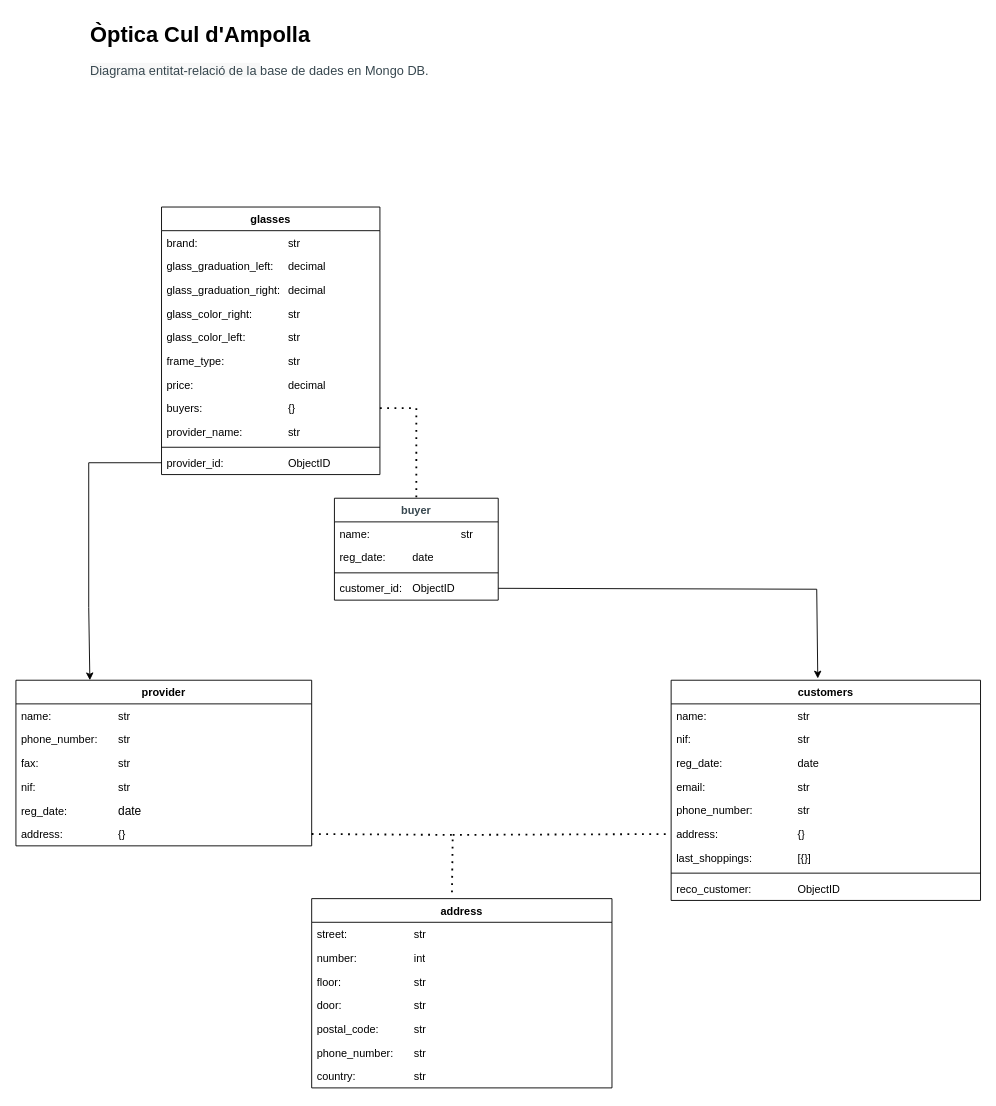
Before: page "Òptica interfície ulleres" (2 of 3) of mysql_optica_bd_MONGO_exercici_1.drawio in alescu/2.3-Mongo-estructures_N1, a draw.io diagram. Source tidied: cells renumbered, new cells numbered last; positions are measured from the earlier drawing's top-left corner, leaving out a move shared by most shapes. Both pictures are drawn from the tidied source at 91%, with x=0, y=0 at pixel (15, 15).
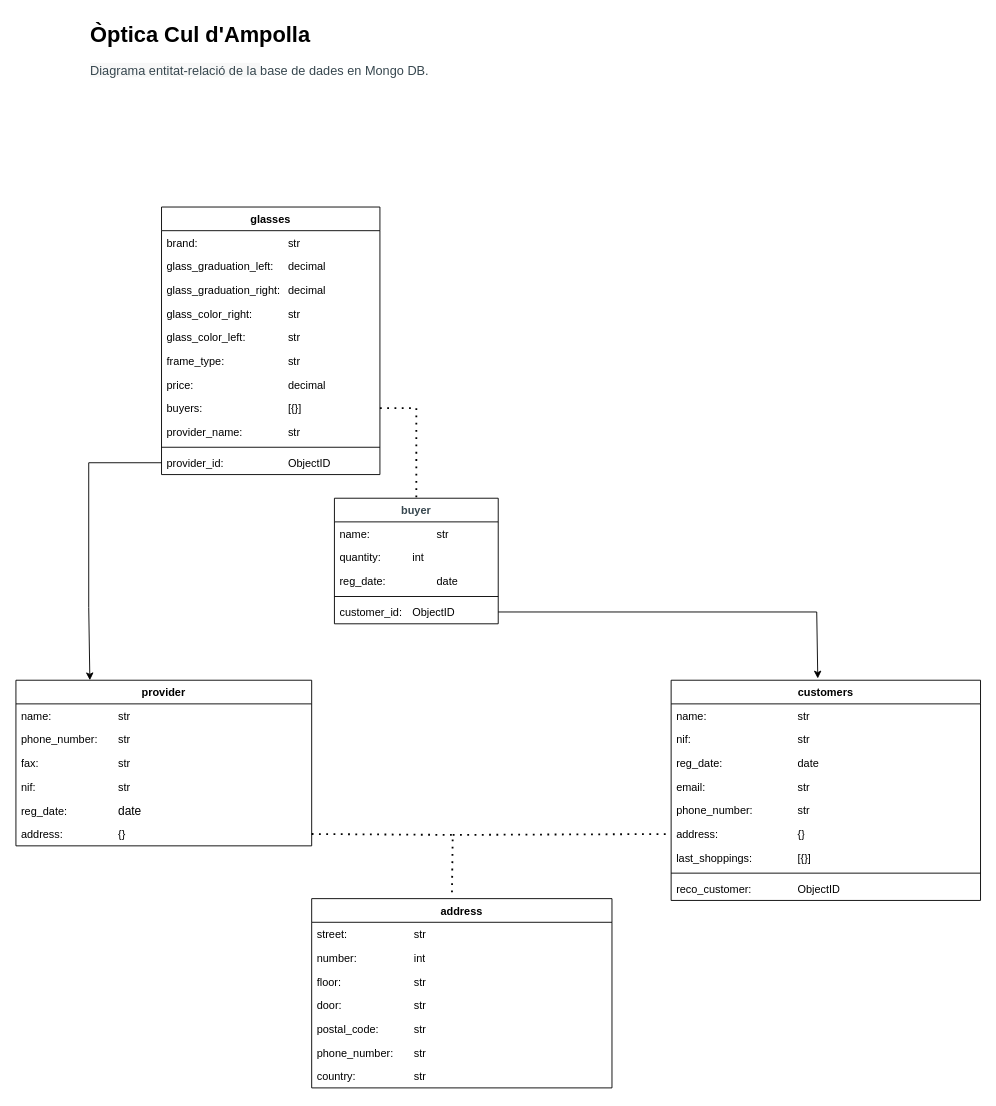
The same diagram, later.

Unchanged cells that the change refers to:
```xml
<mxCell id="9" value="glasses" style="swimlane;fontStyle=1;align=center;verticalAlign=top;horizontal=1;startSize=26;whiteSpace=wrap;html=1;" parent="1" vertex="1">
  <mxGeometry x="160" y="210" width="240" height="294" as="geometry" />
</mxCell>
<mxCell id="21" value="customers" style="swimlane;fontStyle=1;align=center;verticalAlign=top;horizontal=1;startSize=26;whiteSpace=wrap;html=1;" parent="1" vertex="1">
  <mxGeometry x="720" y="730" width="340" height="242" as="geometry" />
</mxCell>
```

The edit, as a diff of the source:
```diff
@@
-    <mxCell id="17" value="buyers:&amp;nbsp;&lt;span style=&quot;white-space: pre;&quot;&gt;&#9;&lt;/span&gt;&lt;span style=&quot;white-space: pre;&quot;&gt;&#9;&lt;span style=&quot;white-space: pre;&quot;&gt;&#9;&lt;/span&gt;&lt;span style=&quot;white-space: pre;&quot;&gt;&#9;&lt;/span&gt;&lt;/span&gt;{}" style="text;strokeColor=none;fillColor=none;align=left;verticalAlign=top;spacingLeft=4;spacingRight=4;overflow=hidden;points=[[0,0.5],[1,0.5]];portConstraint=eastwest;whiteSpace=wrap;html=1;" parent="9" vertex="1">
+    <mxCell id="17" value="buyers:&amp;nbsp;&lt;span style=&quot;white-space: pre;&quot;&gt;&#9;&lt;/span&gt;&lt;span style=&quot;white-space: pre;&quot;&gt;&#9;&lt;span style=&quot;white-space: pre;&quot;&gt;&#9;&lt;/span&gt;&lt;span style=&quot;white-space: pre;&quot;&gt;&#9;&lt;/span&gt;&lt;/span&gt;&lt;span style=&quot;white-space: pre;&quot;&gt;[&lt;/span&gt;{}]" style="text;strokeColor=none;fillColor=none;align=left;verticalAlign=top;spacingLeft=4;spacingRight=4;overflow=hidden;points=[[0,0.5],[1,0.5]];portConstraint=eastwest;whiteSpace=wrap;html=1;" parent="9" vertex="1">
       <mxGeometry y="208" width="240" height="26" as="geometry" />
     </mxCell>
@@
     <mxCell id="32" value="&lt;div style=&quot;text-align: justify;&quot;&gt;&lt;font face=&quot;Montserrat, Arial, Helvetica&quot; color=&quot;#37474f&quot;&gt;buyer&lt;/font&gt;&lt;/div&gt;" style="swimlane;fontStyle=1;align=center;verticalAlign=top;horizontal=1;startSize=26;whiteSpace=wrap;html=1;" parent="1" vertex="1">
-      <mxGeometry x="350" y="530" width="180" height="112" as="geometry" />
+      <mxGeometry x="350" y="530" width="180" height="138" as="geometry" />
     </mxCell>
-    <mxCell id="33" value="name:&amp;nbsp;&lt;span style=&quot;white-space: pre;&quot;&gt;&#9;&lt;/span&gt;&lt;span style=&quot;white-space: pre;&quot;&gt;&#9;&lt;/span&gt;&lt;span style=&quot;white-space: pre;&quot;&gt;&#9;&lt;/span&gt;&lt;span style=&quot;white-space: pre;&quot;&gt;&#9;&lt;/span&gt;str" style="text;strokeColor=none;fillColor=none;align=left;verticalAlign=top;spacingLeft=4;spacingRight=4;overflow=hidden;whiteSpace=wrap;html=1;" parent="32" vertex="1">
+    <mxCell id="33" value="name:&amp;nbsp;&lt;span style=&quot;white-space: pre;&quot;&gt;&#9;&lt;/span&gt;&lt;span style=&quot;white-space: pre;&quot;&gt;&#9;&lt;/span&gt;&lt;span style=&quot;white-space: pre;&quot;&gt;&#9;&lt;/span&gt;str" style="text;strokeColor=none;fillColor=none;align=left;verticalAlign=top;spacingLeft=4;spacingRight=4;overflow=hidden;whiteSpace=wrap;html=1;" parent="32" vertex="1">
       <mxGeometry y="26" width="180" height="26" as="geometry" />
     </mxCell>
-    <mxCell id="34" value="reg_date:&amp;nbsp;&lt;span style=&quot;white-space: pre;&quot;&gt;&#9;&lt;/span&gt;date" style="text;strokeColor=none;fillColor=none;align=left;verticalAlign=top;spacingLeft=4;spacingRight=4;overflow=hidden;whiteSpace=wrap;html=1;" parent="32" vertex="1">
+    <mxCell id="34" value="quantity:&amp;nbsp;&lt;span style=&quot;white-space: pre;&quot;&gt;&#9;&lt;span style=&quot;white-space: pre;&quot;&gt;&#9;&lt;/span&gt;&lt;/span&gt;int" style="text;strokeColor=none;fillColor=none;align=left;verticalAlign=top;spacingLeft=4;spacingRight=4;overflow=hidden;whiteSpace=wrap;html=1;" parent="32" vertex="1">
       <mxGeometry y="52" width="180" height="26" as="geometry" />
     </mxCell>
+    <mxCell id="50" value="reg_date:&amp;nbsp;&lt;span style=&quot;white-space: pre;&quot;&gt;&#9;&lt;span style=&quot;white-space: pre;&quot;&gt;&#9;&lt;/span&gt;&lt;/span&gt;date" style="text;strokeColor=none;fillColor=none;align=left;verticalAlign=top;spacingLeft=4;spacingRight=4;overflow=hidden;whiteSpace=wrap;html=1;" parent="32" vertex="1">
+      <mxGeometry y="78" width="180" height="26" as="geometry" />
+    </mxCell>
     <mxCell id="35" style="line;strokeWidth=1;fillColor=none;align=left;verticalAlign=middle;spacingTop=-1;spacingLeft=3;spacingRight=3;labelPosition=right;strokeColor=inherit;" parent="32" vertex="1">
-      <mxGeometry y="78" width="180" height="8" as="geometry" />
+      <mxGeometry y="104" width="180" height="8" as="geometry" />
     </mxCell>
     <mxCell id="36" value="customer_id:&amp;nbsp;&lt;span style=&quot;white-space: pre;&quot;&gt;&#9;&lt;/span&gt;ObjectID" style="text;strokeColor=none;fillColor=none;align=left;verticalAlign=top;spacingLeft=4;spacingRight=4;overflow=hidden;points=[[0,0.5],[1,0.5]];portConstraint=eastwest;whiteSpace=wrap;html=1;" parent="32" vertex="1">
-      <mxGeometry y="86" width="180" height="26" as="geometry" />
+      <mxGeometry y="112" width="180" height="26" as="geometry" />
     </mxCell>
@@
     <mxCell id="49" style="endArrow=classic;html=1;rounded=0;exitX=1;exitY=0.5;exitDx=0;exitDy=0;entryX=0.474;entryY=-0.008;entryDx=0;entryDy=0;entryPerimeter=0;" parent="1" edge="1" source="36" target="21">
       <mxGeometry relative="1" as="geometry">
         <Array as="points">
-          <mxPoint x="880" y="630" />
+          <mxPoint x="880" y="655" />
         </Array>
       </mxGeometry>
     </mxCell>
```
